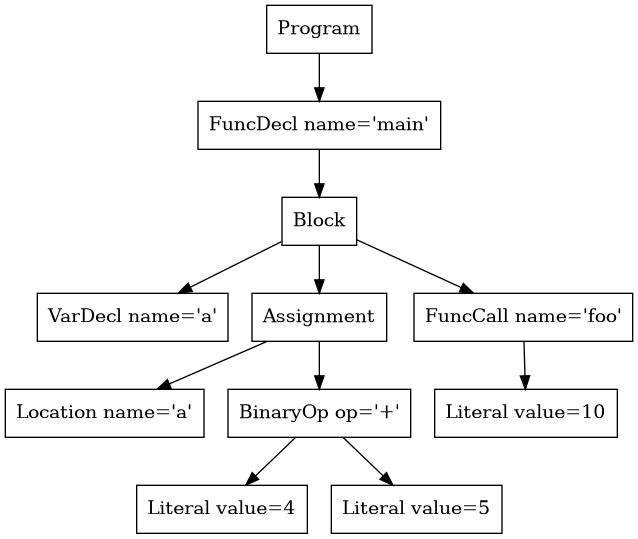
atrim11/CS432 keeps this Graphviz diagram as p2-parser/tree.png. Above is the earlier version. Its source is kept beside it as p2-parser/tree.dot.
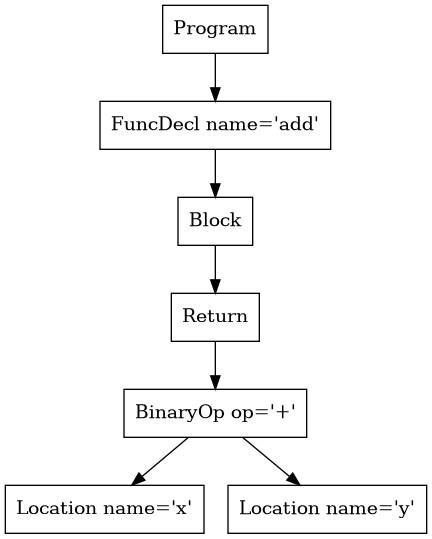
Above is the later version.

Change to the diagram source:
```diff
@@ -1,22 +1,14 @@
 digraph AST {
-3 [shape=box, label="VarDecl name='a'"];
-5 [shape=box, label="Location name='a'"];
-7 [shape=box, label="Literal value=4"];
-8 [shape=box, label="Literal value=5"];
-6 [shape=box, label="BinaryOp op='+'"];
-6 -> 7;
-6 -> 8;
-4 [shape=box, label="Assignment"];
+5 [shape=box, label="Location name='x'"];
+6 [shape=box, label="Location name='y'"];
+4 [shape=box, label="BinaryOp op='+'"];
 4 -> 5;
 4 -> 6;
-10 [shape=box, label="Literal value=10"];
-9 [shape=box, label="FuncCall name='foo'"];
-9 -> 10;
+3 [shape=box, label="Return"];
+3 -> 4;
 2 [shape=box, label="Block"];
 2 -> 3;
-2 -> 4;
-2 -> 9;
-1 [shape=box, label="FuncDecl name='main'"];
+1 [shape=box, label="FuncDecl name='add'"];
 1 -> 2;
 0 [shape=box, label="Program"];
 0 -> 1;
```
